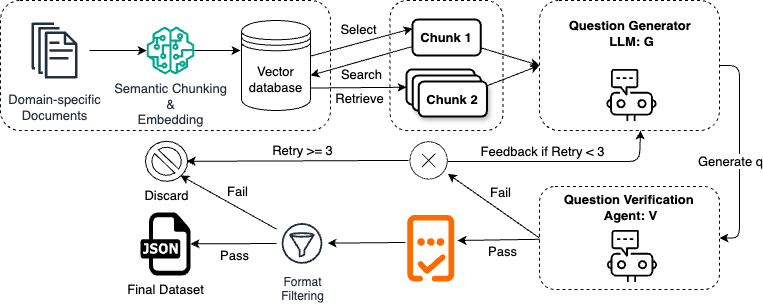
The draw.io diagram imgs/question-generation-flow.png in kyosek/VERGE, before a commit. Source tidied: cells renumbered, new cells last; positions are measured from the earlier drawing's top-left corner, leaving out a move shared by most shapes.
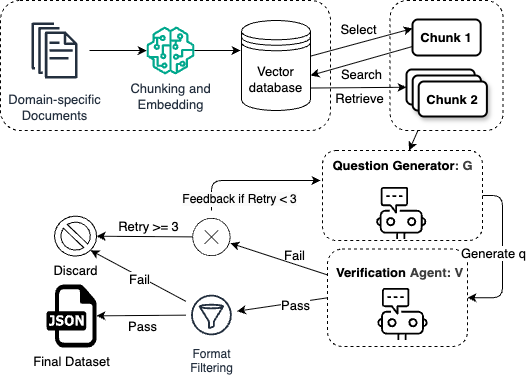
After the change.

Diff of the diagram source:
```diff
@@ -2,67 +2,55 @@
   <root>
     <mxCell id="0" />
     <mxCell id="1" parent="0" />
+    <mxCell id="47" style="edgeStyle=none;html=1;" parent="1" edge="1" source="2" target="13">
+      <mxGeometry relative="1" as="geometry" />
+    </mxCell>
     <mxCell id="2" style="rounded=1;whiteSpace=wrap;html=1;fillColor=none;dashed=1;" parent="1" vertex="1">
-      <mxGeometry x="389.6" width="113" height="130" as="geometry" />
+      <mxGeometry x="386.6" y="-360" width="113" height="130" as="geometry" />
     </mxCell>
     <mxCell id="3" style="rounded=1;whiteSpace=wrap;html=1;fillColor=none;dashed=1;" parent="1" vertex="1">
-      <mxGeometry x="539" width="180" height="130" as="geometry" />
+      <mxGeometry x="319" y="-210" width="160" height="90" as="geometry" />
     </mxCell>
     <mxCell id="4" style="rounded=1;whiteSpace=wrap;html=1;fillColor=none;dashed=1;" parent="1" vertex="1">
-      <mxGeometry width="330" height="130" as="geometry" />
+      <mxGeometry x="-3" y="-360" width="330" height="130" as="geometry" />
     </mxCell>
-    <mxCell id="5" style="rounded=1;jettySize=auto;html=1;" parent="1" edge="1" source="9">
-      <mxGeometry relative="1" as="geometry">
-        <mxPoint x="457" y="240" as="targetPoint" />
-      </mxGeometry>
-    </mxCell>
-    <mxCell id="6" value="&lt;font style=&quot;font-size: 13px;&quot;&gt;Pass&lt;/font&gt;" style="edgeLabel;html=1;align=center;verticalAlign=middle;rounded=1;fontSize=12;labelBackgroundColor=none;" parent="5" vertex="1">
-      <mxGeometry x="-0.06" y="2" relative="1" as="geometry">
-        <mxPoint y="9" as="offset" />
-      </mxGeometry>
-    </mxCell>
-    <mxCell id="7" style="rounded=1;jettySize=auto;html=1;exitX=0;exitY=0.5;exitDx=0;exitDy=0;" parent="1" edge="1" source="9" target="41">
+    <mxCell id="7" style="edgeStyle=none;html=1;" parent="1" edge="1" source="9" target="41">
       <mxGeometry relative="1" as="geometry" />
     </mxCell>
-    <mxCell id="8" value="&lt;font style=&quot;font-size: 13px;&quot;&gt;Fail&lt;/font&gt;" style="edgeLabel;html=1;align=center;verticalAlign=middle;rounded=1;fontSize=12;" parent="7" vertex="1">
-      <mxGeometry x="0.16" y="2" relative="1" as="geometry">
-        <mxPoint x="15" y="-10" as="offset" />
-      </mxGeometry>
-    </mxCell>
     <mxCell id="9" style="rounded=1;whiteSpace=wrap;html=1;fillColor=none;dashed=1;" parent="1" vertex="1">
-      <mxGeometry x="539" y="186" width="180" height="103" as="geometry" />
+      <mxGeometry x="324" y="-111.4" width="140" height="97.4" as="geometry" />
     </mxCell>
     <mxCell id="10" style="rounded=1;whiteSpace=wrap;html=1;strokeWidth=2;fillWeight=4;hachureGap=8;hachureAngle=45;fillColor=none;gradientColor=none;" parent="1" vertex="1">
-      <mxGeometry x="406" y="69" width="68.2" height="35" as="geometry" />
+      <mxGeometry x="403" y="-291" width="68.2" height="35" as="geometry" />
     </mxCell>
-    <mxCell id="11" style="rounded=1;jettySize=auto;html=1;exitX=-0.038;exitY=0.414;exitDx=0;exitDy=0;exitPerimeter=0;" parent="1" edge="1" source="45" target="35">
-      <mxGeometry relative="1" as="geometry" />
-    </mxCell>
     <mxCell id="12" style="dashed=0;verticalLabelPosition=bottom;verticalAlign=top;align=center;html=1;fontSize=12;fontStyle=0;shape=mxgraph.aws4.resourceIcon;resIcon=mxgraph.aws4.chatbot;rounded=1;fillColor=none;" parent="1" vertex="1">
-      <mxGeometry x="598.5" y="62" width="65" height="65" as="geometry" />
+      <mxGeometry x="365.2" y="-180" width="65" height="65" as="geometry" />
     </mxCell>
-    <mxCell id="13" value="&lt;b&gt;&lt;font style=&quot;font-size: 13px;&quot;&gt;Question Generator&amp;nbsp;&lt;/font&gt;&lt;/b&gt;&lt;div&gt;&lt;b&gt;&lt;font style=&quot;font-size: 13px;&quot;&gt;LLM: G&lt;/font&gt;&lt;/b&gt;&lt;/div&gt;" style="text;html=1;align=center;verticalAlign=middle;points=[];strokeColor=none;fillColor=none;rounded=1;" parent="1" vertex="1">
-      <mxGeometry x="556" y="13" width="150" height="40" as="geometry" />
+    <mxCell id="13" value="&lt;b&gt;&lt;font style=&quot;font-size: 13px;&quot;&gt;Question Generator&lt;/font&gt;&lt;/b&gt;&lt;b style=&quot;color: rgb(63, 63, 63); background-color: transparent;&quot;&gt;&lt;font style=&quot;font-size: 13px;&quot;&gt;: G&lt;/font&gt;&lt;/b&gt;" style="text;html=1;align=center;verticalAlign=middle;points=[];strokeColor=none;fillColor=none;rounded=1;" parent="1" vertex="1">
+      <mxGeometry x="319" y="-210" width="160" height="30" as="geometry" />
     </mxCell>
-    <mxCell id="14" value="&lt;b&gt;&lt;font style=&quot;font-size: 13px;&quot;&gt;Question Verification&amp;nbsp;&lt;/font&gt;&lt;/b&gt;&lt;div&gt;&lt;b&gt;&lt;font style=&quot;font-size: 13px;&quot;&gt;Agent: V&lt;/font&gt;&lt;/b&gt;&lt;/div&gt;" style="text;html=1;align=center;verticalAlign=middle;strokeColor=none;fillColor=none;rounded=1;" parent="1" vertex="1">
-      <mxGeometry x="550" y="187" width="160" height="40" as="geometry" />
+    <mxCell id="14" value="&lt;b&gt;&lt;font style=&quot;font-size: 13px;&quot;&gt;Verification&amp;nbsp;&lt;/font&gt;&lt;/b&gt;&lt;b style=&quot;color: rgb(63, 63, 63); background-color: transparent;&quot;&gt;&lt;font style=&quot;font-size: 13px;&quot;&gt;Agent: V&lt;/font&gt;&lt;/b&gt;" style="text;html=1;align=center;verticalAlign=middle;strokeColor=none;fillColor=none;rounded=1;" parent="1" vertex="1">
+      <mxGeometry x="321.2" y="-103.4" width="150" height="30" as="geometry" />
     </mxCell>
     <mxCell id="15" style="rounded=1;jettySize=auto;html=1;" parent="1" edge="1" source="16">
       <mxGeometry relative="1" as="geometry">
-        <mxPoint x="240" y="50" as="targetPoint" />
+        <mxPoint x="237" y="-310" as="targetPoint" />
       </mxGeometry>
     </mxCell>
-    <mxCell id="16" value="&lt;font style=&quot;font-size: 13px;&quot;&gt;Semantic Chunking&lt;/font&gt;&lt;div&gt;&lt;span style=&quot;background-color: transparent; color: light-dark(rgb(35, 47, 62), rgb(189, 199, 212));&quot;&gt;&lt;font style=&quot;font-size: 13px;&quot;&gt;&amp;amp;&lt;/font&gt;&lt;/span&gt;&lt;div&gt;&lt;font style=&quot;font-size: 13px;&quot;&gt;Embedding&lt;/font&gt;&lt;/div&gt;&lt;/div&gt;" style="outlineConnect=0;fontColor=#232F3E;gradientColor=none;fillColor=#01A88D;strokeColor=none;dashed=0;verticalLabelPosition=bottom;verticalAlign=top;align=center;html=1;fontSize=12;fontStyle=0;shape=mxgraph.aws4.sagemaker_model;rounded=1;" parent="1" vertex="1">
-      <mxGeometry x="146" y="26" width="48" height="48" as="geometry" />
+    <mxCell id="16" value="&lt;font style=&quot;font-size: 13px;&quot;&gt;Chunking and&lt;/font&gt;&lt;div&gt;&lt;div&gt;&lt;font style=&quot;font-size: 13px;&quot;&gt;Embedding&lt;/font&gt;&lt;/div&gt;&lt;/div&gt;" style="outlineConnect=0;fontColor=#232F3E;gradientColor=none;fillColor=#01A88D;strokeColor=none;dashed=0;verticalLabelPosition=bottom;verticalAlign=top;align=center;html=1;fontSize=12;fontStyle=0;shape=mxgraph.aws4.sagemaker_model;rounded=1;" parent="1" vertex="1">
+      <mxGeometry x="143" y="-334" width="48" height="48" as="geometry" />
     </mxCell>
     <mxCell id="17" style="edgeStyle=orthogonalEdgeStyle;rounded=1;jettySize=auto;html=1;" parent="1" edge="1" source="18" target="16">
       <mxGeometry relative="1" as="geometry" />
     </mxCell>
     <mxCell id="18" value="&lt;div&gt;&lt;font style=&quot;font-size: 13px;&quot;&gt;Domain-specific&lt;/font&gt;&lt;/div&gt;&lt;font style=&quot;font-size: 13px;&quot;&gt;Documents&lt;/font&gt;" style="outlineConnect=0;fontColor=#232F3E;gradientColor=none;strokeColor=#232F3E;fillColor=none;dashed=0;verticalLabelPosition=bottom;verticalAlign=top;align=center;html=1;fontSize=12;fontStyle=0;shape=mxgraph.aws4.resourceIcon;resIcon=mxgraph.aws4.documents;rounded=1;" parent="1" vertex="1">
-      <mxGeometry x="19" y="15" width="70" height="70" as="geometry" />
+      <mxGeometry x="16" y="-345" width="70" height="70" as="geometry" />
     </mxCell>
-    <mxCell id="19" style="rounded=1;jettySize=auto;html=1;entryX=0;entryY=0.25;entryDx=0;entryDy=0;" parent="1" edge="1" source="23" target="27">
-      <mxGeometry relative="1" as="geometry" />
+    <mxCell id="19" style="rounded=1;orthogonalLoop=1;jettySize=auto;html=1;entryX=0;entryY=0.25;entryDx=0;entryDy=0;" parent="1" edge="1">
+      <mxGeometry relative="1" as="geometry">
+        <mxPoint x="307" y="-304.4" as="sourcePoint" />
+        <mxPoint x="409" y="-332" as="targetPoint" />
+      </mxGeometry>
     </mxCell>
     <mxCell id="20" value="&lt;font style=&quot;font-size: 13px;&quot;&gt;Select&lt;/font&gt;" style="edgeLabel;html=1;align=center;verticalAlign=middle;rounded=1;fontSize=12;labelBackgroundColor=none;" parent="19" vertex="1">
       <mxGeometry x="-0.02" relative="1" as="geometry">
@@ -71,7 +59,7 @@
     </mxCell>
     <mxCell id="21" style="rounded=1;jettySize=auto;html=1;" parent="1" edge="1" target="10">
       <mxGeometry relative="1" as="geometry">
-        <mxPoint x="249" y="88" as="sourcePoint" />
+        <mxPoint x="246" y="-272" as="sourcePoint" />
       </mxGeometry>
     </mxCell>
     <mxCell id="22" value="&lt;font style=&quot;font-size: 13px;&quot;&gt;Retrieve&lt;/font&gt;" style="edgeLabel;html=1;align=center;verticalAlign=middle;rounded=1;fontSize=12;labelBackgroundColor=none;" parent="21" vertex="1">
@@ -80,7 +68,7 @@
       </mxGeometry>
     </mxCell>
     <mxCell id="23" value="&lt;font style=&quot;font-size: 13px;&quot;&gt;Vector database&lt;/font&gt;" style="shape=datastore;whiteSpace=wrap;html=1;rounded=1;" parent="1" vertex="1">
-      <mxGeometry x="241" y="20" width="69" height="90" as="geometry" />
+      <mxGeometry x="238" y="-340" width="69" height="90" as="geometry" />
     </mxCell>
     <mxCell id="24" style="rounded=1;jettySize=auto;html=1;entryX=1;entryY=0.611;entryDx=0;entryDy=0;entryPerimeter=0;exitX=0;exitY=0.75;exitDx=0;exitDy=0;" parent="1" edge="1" source="27" target="23">
       <mxGeometry relative="1" as="geometry" />
@@ -90,27 +78,21 @@
         <mxPoint x="1" y="15" as="offset" />
       </mxGeometry>
     </mxCell>
-    <mxCell id="26" style="rounded=1;jettySize=auto;html=1;entryX=0;entryY=0.5;entryDx=0;entryDy=0;" parent="1" edge="1" source="27" target="3">
-      <mxGeometry relative="1" as="geometry" />
-    </mxCell>
     <mxCell id="27" value="&lt;b&gt;&lt;font style=&quot;font-size: 13px;&quot;&gt;Chunk 1&lt;/font&gt;&lt;/b&gt;" style="rounded=1;whiteSpace=wrap;html=1;strokeWidth=2;fillWeight=4;hachureGap=8;hachureAngle=45;fillColor=none;gradientColor=none;" parent="1" vertex="1">
-      <mxGeometry x="412" y="19" width="68.2" height="36" as="geometry" />
+      <mxGeometry x="409" y="-341" width="68.2" height="36" as="geometry" />
     </mxCell>
     <mxCell id="28" value="text" style="rounded=1;whiteSpace=wrap;html=1;strokeWidth=2;fillWeight=4;hachureGap=8;hachureAngle=45;fillColor=default;gradientColor=none;glass=0;shadow=1;" parent="1" vertex="1">
-      <mxGeometry x="412.2" y="75" width="68.2" height="35" as="geometry" />
+      <mxGeometry x="409.2" y="-285" width="68.2" height="35" as="geometry" />
     </mxCell>
-    <mxCell id="29" style="rounded=1;jettySize=auto;html=1;entryX=0;entryY=0.5;entryDx=0;entryDy=0;" parent="1" edge="1" source="30" target="3">
-      <mxGeometry relative="1" as="geometry" />
-    </mxCell>
     <mxCell id="30" value="&lt;b&gt;&lt;font style=&quot;font-size: 13px;&quot;&gt;Chunk 2&lt;/font&gt;&lt;/b&gt;" style="rounded=1;whiteSpace=wrap;html=1;strokeWidth=2;fillWeight=4;hachureGap=8;hachureAngle=45;fillColor=default;gradientColor=none;shadow=1;glass=0;" parent="1" vertex="1">
-      <mxGeometry x="418.2" y="81" width="68.2" height="35" as="geometry" />
+      <mxGeometry x="415.2" y="-279" width="68.2" height="35" as="geometry" />
     </mxCell>
     <mxCell id="31" style="rounded=1;jettySize=auto;html=1;entryX=1;entryY=0.5;entryDx=0;entryDy=0;exitX=1;exitY=0.5;exitDx=0;exitDy=0;edgeStyle=orthogonalEdgeStyle;" parent="1" edge="1" source="3" target="9">
       <mxGeometry relative="1" as="geometry" />
     </mxCell>
     <mxCell id="32" value="&lt;font style=&quot;font-size: 13px;&quot;&gt;Generate q&lt;/font&gt;" style="edgeLabel;html=1;align=center;verticalAlign=middle;rounded=1;spacing=2;fontSize=12;labelBackgroundColor=default;" parent="31" vertex="1">
       <mxGeometry x="-0.1" y="1" relative="1" as="geometry">
-        <mxPoint x="-11" y="19" as="offset" />
+        <mxPoint x="-11" y="6" as="offset" />
       </mxGeometry>
     </mxCell>
     <mxCell id="33" style="rounded=1;jettySize=auto;html=1;" parent="1" edge="1" source="35" target="36">
@@ -121,58 +103,57 @@
         <mxPoint y="14" as="offset" />
       </mxGeometry>
     </mxCell>
+    <mxCell id="48" style="edgeStyle=none;html=1;entryX=0.855;entryY=0.855;entryDx=0;entryDy=0;entryPerimeter=0;" parent="1" edge="1" source="35" target="42">
+      <mxGeometry relative="1" as="geometry" />
+    </mxCell>
+    <mxCell id="49" value="&lt;font style=&quot;font-size: 13px;&quot;&gt;Fail&lt;/font&gt;" style="edgeLabel;html=1;align=center;verticalAlign=middle;" parent="48" vertex="1">
+      <mxGeometry x="-0.03" y="2" relative="1" as="geometry" />
+    </mxCell>
     <mxCell id="35" value="Format&lt;div&gt;Filtering&lt;/div&gt;" style="outlineConnect=0;fontColor=#232F3E;gradientColor=none;strokeColor=#232F3E;fillColor=none;dashed=0;verticalLabelPosition=bottom;verticalAlign=top;align=center;html=1;fontSize=12;fontStyle=0;shape=mxgraph.aws4.resourceIcon;resIcon=mxgraph.aws4.filtering_rule;rounded=1;" parent="1" vertex="1">
-      <mxGeometry x="276" y="217.4" width="51" height="51" as="geometry" />
+      <mxGeometry x="182.4" y="-71" width="51" height="51" as="geometry" />
     </mxCell>
     <mxCell id="36" value="&lt;font style=&quot;font-size: 13px;&quot;&gt;Final Dataset&lt;/font&gt;" style="dashed=0;outlineConnect=0;html=1;align=center;labelPosition=center;verticalLabelPosition=bottom;verticalAlign=top;shape=mxgraph.weblogos.json;rounded=1;" parent="1" vertex="1">
-      <mxGeometry x="140.1" y="212" width="50" height="63" as="geometry" />
+      <mxGeometry x="43.1" y="-76" width="50" height="63" as="geometry" />
     </mxCell>
-    <mxCell id="37" style="edgeStyle=orthogonalEdgeStyle;rounded=1;orthogonalLoop=1;jettySize=auto;html=1;" parent="1" edge="1">
-      <mxGeometry relative="1" as="geometry">
-        <mxPoint x="408" y="159.9" as="sourcePoint" />
-        <mxPoint x="186.1" y="160.8" as="targetPoint" />
-      </mxGeometry>
-    </mxCell>
+    <mxCell id="50" style="edgeStyle=none;html=1;" parent="1" edge="1" source="41" target="42">
+      <mxGeometry relative="1" as="geometry" />
+    </mxCell>
-    <mxCell id="38" value="&lt;font style=&quot;font-size: 13px;&quot;&gt;Retry &amp;gt;= 3&lt;/font&gt;" style="edgeLabel;html=1;align=center;verticalAlign=middle;rounded=1;fontSize=12;" parent="37" vertex="1">
-      <mxGeometry x="-0.05" y="-1" relative="1" as="geometry">
-        <mxPoint y="-10" as="offset" />
+    <mxCell id="38" value="&lt;font style=&quot;font-size: 13px;&quot;&gt;Retry &amp;gt;= 3&lt;/font&gt;" style="edgeLabel;html=1;align=center;verticalAlign=middle;" parent="50" vertex="1">
+      <mxGeometry x="-0.07" y="5" relative="1" as="geometry">
+        <mxPoint y="-16" as="offset" />
       </mxGeometry>
     </mxCell>
-    <mxCell id="39" style="edgeStyle=orthogonalEdgeStyle;rounded=1;orthogonalLoop=1;jettySize=auto;html=1;" parent="1" edge="1">
-      <mxGeometry relative="1" as="geometry">
-        <mxPoint x="447.2" y="161" as="sourcePoint" />
-        <mxPoint x="640" y="130" as="targetPoint" />
-        <Array as="points">
-          <mxPoint x="639" y="161" />
-        </Array>
-      </mxGeometry>
-    </mxCell>
+    <mxCell id="51" style="edgeStyle=elbowEdgeStyle;html=1;elbow=vertical;" parent="1" edge="1">
+      <mxGeometry relative="1" as="geometry">
+        <mxPoint x="208" y="-150" as="sourcePoint" />
+        <mxPoint x="317" y="-180" as="targetPoint" />
+        <Array as="points">
+          <mxPoint x="257" y="-180" />
+        </Array>
+      </mxGeometry>
+    </mxCell>
-    <mxCell id="40" value="&lt;font style=&quot;font-size: 13px;&quot;&gt;Feedback if Retry &amp;lt; 3&lt;/font&gt;" style="edgeLabel;html=1;align=center;verticalAlign=middle;rounded=1;fontSize=12;" parent="39" vertex="1">
-      <mxGeometry x="-0.34" y="3" relative="1" as="geometry">
-        <mxPoint x="20" y="-8" as="offset" />
+    <mxCell id="40" value="&lt;span style=&quot;color: rgb(0, 0, 0); font-size: 12px; background-color: rgb(251, 251, 251);&quot;&gt;Feedback if Retry &amp;lt; 3&lt;/span&gt;" style="edgeLabel;html=1;align=center;verticalAlign=middle;" parent="51" vertex="1">
+      <mxGeometry x="-0.18" y="-1" relative="1" as="geometry">
+        <mxPoint y="17" as="offset" />
       </mxGeometry>
     </mxCell>
     <mxCell id="41" style="verticalLabelPosition=bottom;sketch=0;html=1;verticalAlign=top;strokeColor=none;fillColor=#000000;align=center;outlineConnect=0;shape=mxgraph.citrix2.authentication_failure;rounded=1;" parent="1" vertex="1">
-      <mxGeometry x="409" y="140.8" width="38.2" height="38.2" as="geometry" />
+      <mxGeometry x="188.8" y="-142.6" width="38.2" height="38.2" as="geometry" />
     </mxCell>
     <mxCell id="42" value="&lt;font style=&quot;font-size: 13px;&quot;&gt;Discard&lt;/font&gt;" style="verticalLabelPosition=bottom;verticalAlign=top;html=1;shape=mxgraph.basic.no_symbol;rounded=1;" parent="1" vertex="1">
-      <mxGeometry x="145" y="140.8" width="42.1" height="40" as="geometry" />
+      <mxGeometry x="51" y="-144.4" width="42.1" height="40" as="geometry" />
     </mxCell>
-    <mxCell id="43" style="rounded=1;jettySize=auto;html=1;entryX=0.855;entryY=0.855;entryDx=0;entryDy=0;entryPerimeter=0;" parent="1" edge="1" source="35">
-      <mxGeometry relative="1" as="geometry">
-        <mxPoint x="180" y="175" as="targetPoint" />
-      </mxGeometry>
-    </mxCell>
-    <mxCell id="44" value="&lt;font style=&quot;font-size: 13px;&quot;&gt;Fail&lt;/font&gt;" style="edgeLabel;html=1;align=center;verticalAlign=middle;rounded=1;labelBackgroundColor=none;" parent="43" vertex="1">
-      <mxGeometry x="-0.06" y="-3" relative="1" as="geometry">
-        <mxPoint x="4" y="-10" as="offset" />
-      </mxGeometry>
-    </mxCell>
-    <mxCell id="45" style="points=[];html=1;align=center;shadow=0;dashed=0;fillColor=light-dark(#FF6A00,#FFE8EC);strokeColor=none;shape=mxgraph.alibaba_cloud.pnvs_phone_number_verification_service;" parent="1" vertex="1">
-      <mxGeometry x="406.8" y="214.4" width="47.1" height="66.6" as="geometry" />
-    </mxCell>
+    <mxCell id="52" style="edgeStyle=none;html=1;exitX=0;exitY=0.5;exitDx=0;exitDy=0;" parent="1" edge="1" source="9" target="35">
+      <mxGeometry relative="1" as="geometry" />
+    </mxCell>
+    <mxCell id="6" value="&lt;font style=&quot;font-size: 13px;&quot;&gt;Pass&lt;/font&gt;" style="edgeLabel;html=1;align=center;verticalAlign=middle;" parent="52" vertex="1">
+      <mxGeometry x="-0.29" y="2" relative="1" as="geometry" />
+    </mxCell>
     <mxCell id="46" style="dashed=0;verticalLabelPosition=bottom;verticalAlign=top;align=center;html=1;fontSize=12;fontStyle=0;shape=mxgraph.aws4.resourceIcon;resIcon=mxgraph.aws4.chatbot;rounded=1;fillColor=none;" parent="1" vertex="1">
-      <mxGeometry x="599" y="223" width="65" height="65" as="geometry" />
+      <mxGeometry x="366.5" y="-79" width="65" height="65" as="geometry" />
     </mxCell>
+    <mxCell id="53" value="&lt;font style=&quot;font-size: 13px;&quot;&gt;Fail&lt;/font&gt;" style="text;html=1;align=center;verticalAlign=middle;strokeColor=none;fillColor=none;" parent="1" vertex="1">
+      <mxGeometry x="271" y="-120" width="40" height="30" as="geometry" />
+    </mxCell>
   </root>
 </mxGraphModel>
```
